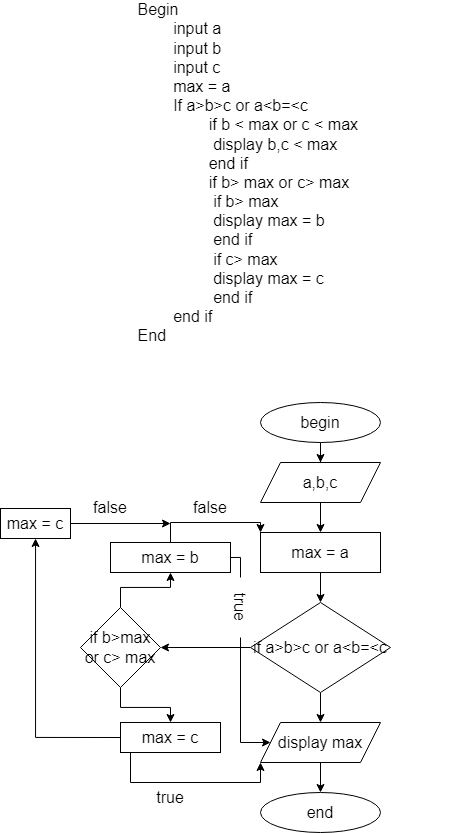
Earlier version of the draw.io export ss3_thuat_toan/bai_tap/ss3_baitap_2.drawio.png (Americanoc11/modul1). Source tidied: cells renumbered, new cells last; positions are measured from the earlier drawing's top-left corner, leaving out a move shared by most shapes.
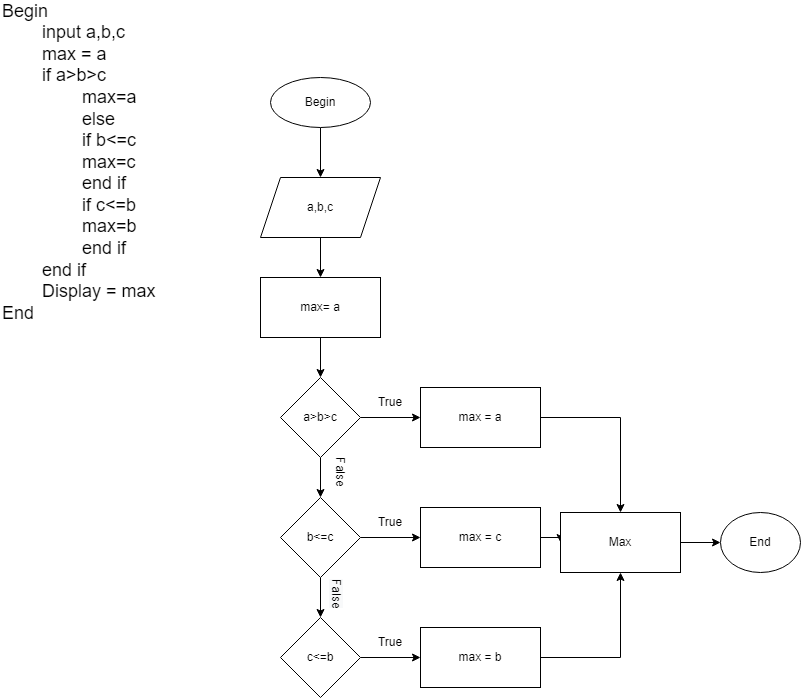
Later version of the same file.

Commit message:
bổ sung bafi2

Diff of the diagram source:
```diff
@@ -2,113 +2,92 @@
   <root>
     <mxCell id="0" />
     <mxCell id="1" parent="0" />
-    <mxCell id="2" value="&lt;font style=&quot;font-size: 16px;&quot;&gt;&lt;span style=&quot;white-space: pre;&quot;&gt;&#9;&lt;/span&gt;Begin&lt;br&gt;&lt;span style=&quot;white-space: pre;&quot;&gt;&#9;&lt;span style=&quot;white-space: pre;&quot;&gt;&#9;&lt;/span&gt;&lt;/span&gt;input a&lt;br&gt;&lt;span style=&quot;white-space: pre;&quot;&gt;&#9;&lt;span style=&quot;white-space: pre;&quot;&gt;&#9;&lt;/span&gt;&lt;/span&gt;input b&lt;br&gt;&lt;span style=&quot;white-space: pre;&quot;&gt;&#9;&lt;span style=&quot;white-space: pre;&quot;&gt;&#9;&lt;/span&gt;&lt;/span&gt;input c&lt;br&gt;&lt;span style=&quot;white-space: pre;&quot;&gt;&#9;&lt;span style=&quot;white-space: pre;&quot;&gt;&#9;&lt;/span&gt;&lt;/span&gt;max = a&lt;br&gt;&lt;span style=&quot;white-space: pre;&quot;&gt;&#9;&lt;span style=&quot;white-space: pre;&quot;&gt;&#9;&lt;/span&gt;&lt;/span&gt;If a&amp;gt;b&amp;gt;c or a&amp;lt;b=&amp;lt;c&lt;br&gt;&lt;span style=&quot;white-space: pre;&quot;&gt;&#9;&lt;span style=&quot;white-space: pre;&quot;&gt;&#9;&lt;span style=&quot;white-space: pre;&quot;&gt;&#9;&lt;/span&gt;&lt;/span&gt;&lt;/span&gt;if b &amp;lt; max or c &amp;lt; max&lt;br&gt;&lt;span style=&quot;white-space: pre;&quot;&gt;&#9;&lt;span style=&quot;white-space: pre;&quot;&gt;&#9;&lt;span style=&quot;white-space: pre;&quot;&gt;&#9;&lt;/span&gt;&lt;/span&gt;&lt;/span&gt;&amp;nbsp;display b,c &amp;lt; max&lt;br&gt;&lt;span style=&quot;white-space: pre;&quot;&gt;&#9;&lt;/span&gt;&lt;span style=&quot;white-space: pre;&quot;&gt;&#9;&lt;/span&gt;&lt;span style=&quot;white-space: pre;&quot;&gt;&#9;&lt;/span&gt;end if&lt;br&gt;&lt;span style=&quot;white-space: pre;&quot;&gt;&#9;&lt;/span&gt;&lt;span style=&quot;white-space: pre;&quot;&gt;&#9;&lt;/span&gt;&lt;span style=&quot;white-space: pre;&quot;&gt;&#9;&lt;/span&gt;if b&amp;gt; max or c&amp;gt; max&lt;br&gt;&lt;span style=&quot;white-space: pre;&quot;&gt;&#9;&lt;/span&gt;&lt;span style=&quot;white-space: pre;&quot;&gt;&#9;&lt;/span&gt;&lt;span style=&quot;white-space: pre;&quot;&gt;&#9;&lt;/span&gt;&amp;nbsp;if b&amp;gt; max&lt;br&gt;&lt;span style=&quot;white-space: pre;&quot;&gt;&#9;&lt;/span&gt;&lt;span style=&quot;white-space: pre;&quot;&gt;&#9;&lt;/span&gt;&lt;span style=&quot;white-space: pre;&quot;&gt;&#9;&lt;/span&gt;&amp;nbsp;display max = b&lt;br&gt;&lt;span style=&quot;white-space: pre;&quot;&gt;&#9;&lt;/span&gt;&lt;span style=&quot;white-space: pre;&quot;&gt;&#9;&lt;/span&gt;&lt;span style=&quot;white-space: pre;&quot;&gt;&#9;&lt;/span&gt;&amp;nbsp;end if&lt;br&gt;&lt;span style=&quot;white-space: pre;&quot;&gt;&#9;&lt;/span&gt;&lt;span style=&quot;white-space: pre;&quot;&gt;&#9;&lt;/span&gt;&lt;span style=&quot;white-space: pre;&quot;&gt;&#9;&lt;/span&gt;&amp;nbsp;if c&amp;gt; max&lt;br&gt;&lt;span style=&quot;white-space: pre;&quot;&gt;&#9;&lt;/span&gt;&lt;span style=&quot;white-space: pre;&quot;&gt;&#9;&lt;/span&gt;&lt;span style=&quot;white-space: pre;&quot;&gt;&#9;&lt;/span&gt;&amp;nbsp;display max = c&lt;br&gt;&lt;span style=&quot;white-space: pre;&quot;&gt;&#9;&lt;/span&gt;&lt;span style=&quot;white-space: pre;&quot;&gt;&#9;&lt;/span&gt;&lt;span style=&quot;white-space: pre;&quot;&gt;&#9;&lt;/span&gt;&amp;nbsp;end if&lt;span style=&quot;white-space: pre;&quot;&gt;&#9;&lt;/span&gt;&lt;br&gt;&lt;span style=&quot;white-space: pre;&quot;&gt;&#9;&lt;/span&gt;&lt;span style=&quot;white-space: pre;&quot;&gt;&#9;&lt;/span&gt;end if&lt;br&gt;&lt;span style=&quot;white-space: pre;&quot;&gt;&#9;&lt;/span&gt;End&lt;br&gt;&lt;span style=&quot;white-space: pre;&quot;&gt;&#9;&lt;/span&gt;&lt;span style=&quot;white-space: pre;&quot;&gt;&#9;&lt;/span&gt;&lt;br&gt;&lt;/font&gt;" style="text;html=1;strokeColor=none;fillColor=none;align=left;verticalAlign=middle;whiteSpace=wrap;rounded=0;" parent="1" vertex="1">
-      <mxGeometry x="100" width="350" height="120" as="geometry" />
-    </mxCell>
-    <mxCell id="3" style="edgeStyle=orthogonalEdgeStyle;rounded=0;jettySize=auto;html=1;fontSize=16;" parent="1" edge="1" source="4" target="6">
-      <mxGeometry relative="1" as="geometry" />
-    </mxCell>
-    <mxCell id="4" value="begin" style="ellipse;whiteSpace=wrap;html=1;fontSize=16;" parent="1" vertex="1">
-      <mxGeometry x="260" y="280" width="120" height="40" as="geometry" />
-    </mxCell>
-    <mxCell id="5" style="edgeStyle=orthogonalEdgeStyle;rounded=0;jettySize=auto;html=1;fontSize=16;" parent="1" edge="1" source="6" target="8">
-      <mxGeometry relative="1" as="geometry" />
-    </mxCell>
+    <mxCell id="31" style="edgeStyle=orthogonalEdgeStyle;rounded=0;jettySize=auto;html=1;" parent="1" edge="1" source="32" target="6">
+      <mxGeometry relative="1" as="geometry" />
+    </mxCell>
+    <mxCell id="32" value="Begin" style="ellipse;whiteSpace=wrap;html=1;" parent="1" vertex="1">
+      <mxGeometry x="430" y="1090" width="100" height="50" as="geometry" />
+    </mxCell>
+    <mxCell id="33" style="edgeStyle=orthogonalEdgeStyle;rounded=0;jettySize=auto;html=1;" parent="1" edge="1" source="6" target="35">
+      <mxGeometry relative="1" as="geometry" />
+    </mxCell>
-    <mxCell id="6" value="a,b,c" style="shape=parallelogram;perimeter=parallelogramPerimeter;whiteSpace=wrap;html=1;fixedSize=1;fontSize=16;" parent="1" vertex="1">
-      <mxGeometry x="260" y="340" width="120" height="40" as="geometry" />
+    <mxCell id="6" value="a,b,c" style="shape=parallelogram;perimeter=parallelogramPerimeter;whiteSpace=wrap;html=1;fixedSize=1;" parent="1" vertex="1">
+      <mxGeometry x="420" y="1190" width="120" height="60" as="geometry" />
     </mxCell>
-    <mxCell id="7" style="edgeStyle=orthogonalEdgeStyle;rounded=0;jettySize=auto;html=1;fontSize=16;" parent="1" edge="1" source="8" target="11">
-      <mxGeometry relative="1" as="geometry" />
-    </mxCell>
+    <mxCell id="34" style="edgeStyle=orthogonalEdgeStyle;rounded=0;jettySize=auto;html=1;" parent="1" edge="1" source="35" target="38">
+      <mxGeometry relative="1" as="geometry" />
+    </mxCell>
+    <mxCell id="35" value="max= a" style="whiteSpace=wrap;html=1;" parent="1" vertex="1">
+      <mxGeometry x="420" y="1290" width="120" height="60" as="geometry" />
+    </mxCell>
+    <mxCell id="36" style="edgeStyle=orthogonalEdgeStyle;rounded=0;jettySize=auto;html=1;" parent="1" edge="1" source="38" target="8">
+      <mxGeometry relative="1" as="geometry" />
+    </mxCell>
+    <mxCell id="37" style="edgeStyle=orthogonalEdgeStyle;rounded=0;jettySize=auto;html=1;exitX=0.5;exitY=1;exitDx=0;exitDy=0;entryX=0.5;entryY=0;entryDx=0;entryDy=0;" parent="1" edge="1" source="38" target="41">
+      <mxGeometry relative="1" as="geometry" />
+    </mxCell>
+    <mxCell id="38" value="a&amp;gt;b&amp;gt;c" style="rhombus;whiteSpace=wrap;html=1;" parent="1" vertex="1">
+      <mxGeometry x="440" y="1390" width="80" height="80" as="geometry" />
+    </mxCell>
+    <mxCell id="39" style="edgeStyle=orthogonalEdgeStyle;rounded=0;jettySize=auto;html=1;" parent="1" edge="1" source="41" target="43">
+      <mxGeometry relative="1" as="geometry" />
+    </mxCell>
+    <mxCell id="40" style="edgeStyle=orthogonalEdgeStyle;rounded=0;jettySize=auto;html=1;" parent="1" edge="1" source="41" target="46">
+      <mxGeometry relative="1" as="geometry" />
+    </mxCell>
+    <mxCell id="41" value="b&amp;lt;=c" style="rhombus;whiteSpace=wrap;html=1;" parent="1" vertex="1">
+      <mxGeometry x="440" y="1510" width="80" height="80" as="geometry" />
+    </mxCell>
+    <mxCell id="42" style="edgeStyle=orthogonalEdgeStyle;rounded=0;jettySize=auto;html=1;" parent="1" edge="1" source="43" target="17">
+      <mxGeometry relative="1" as="geometry" />
+    </mxCell>
+    <mxCell id="43" value="c&amp;lt;=b" style="rhombus;whiteSpace=wrap;html=1;" parent="1" vertex="1">
+      <mxGeometry x="440" y="1630" width="80" height="80" as="geometry" />
+    </mxCell>
+    <mxCell id="44" style="edgeStyle=orthogonalEdgeStyle;rounded=0;jettySize=auto;html=1;exitX=1;exitY=0.5;exitDx=0;exitDy=0;entryX=0.5;entryY=0;entryDx=0;entryDy=0;" parent="1" edge="1" source="8" target="54">
+      <mxGeometry relative="1" as="geometry" />
+    </mxCell>
-    <mxCell id="8" value="max = a" style="whiteSpace=wrap;html=1;fontSize=16;" parent="1" vertex="1">
-      <mxGeometry x="260" y="410" width="120" height="40" as="geometry" />
+    <mxCell id="8" value="max = a" style="whiteSpace=wrap;html=1;" parent="1" vertex="1">
+      <mxGeometry x="580" y="1400" width="120" height="60" as="geometry" />
     </mxCell>
-    <mxCell id="9" style="edgeStyle=orthogonalEdgeStyle;rounded=0;jettySize=auto;html=1;fontSize=16;" parent="1" edge="1" source="11" target="14">
-      <mxGeometry relative="1" as="geometry" />
-    </mxCell>
-    <mxCell id="10" style="edgeStyle=orthogonalEdgeStyle;rounded=0;jettySize=auto;html=1;fontSize=16;" parent="1" edge="1" source="11" target="26">
-      <mxGeometry relative="1" as="geometry" />
-    </mxCell>
-    <mxCell id="11" value="if a&amp;gt;b&amp;gt;c or a&amp;lt;b=&amp;lt;c" style="rhombus;whiteSpace=wrap;html=1;fontSize=16;" parent="1" vertex="1">
-      <mxGeometry x="250" y="480" width="140" height="90" as="geometry" />
-    </mxCell>
-    <mxCell id="12" style="edgeStyle=orthogonalEdgeStyle;rounded=0;jettySize=auto;html=1;fontSize=16;" parent="1" edge="1" source="14" target="17">
-      <mxGeometry relative="1" as="geometry" />
-    </mxCell>
-    <mxCell id="13" style="edgeStyle=orthogonalEdgeStyle;rounded=0;jettySize=auto;html=1;fontSize=16;" parent="1" edge="1" source="14" target="20">
-      <mxGeometry relative="1" as="geometry" />
-    </mxCell>
-    <mxCell id="14" value="if b&amp;gt;max or c&amp;gt; max" style="rhombus;whiteSpace=wrap;html=1;fontSize=16;" parent="1" vertex="1">
-      <mxGeometry x="80" y="485" width="80" height="80" as="geometry" />
-    </mxCell>
-    <mxCell id="15" style="edgeStyle=orthogonalEdgeStyle;rounded=0;jettySize=auto;html=1;fontSize=16;entryX=0;entryY=0;entryDx=0;entryDy=0;" parent="1" edge="1" source="17" target="8">
-      <mxGeometry relative="1" as="geometry">
-        <Array as="points">
-          <mxPoint x="170" y="400" />
-          <mxPoint x="260" y="400" />
-        </Array>
-      </mxGeometry>
-    </mxCell>
-    <mxCell id="16" style="edgeStyle=orthogonalEdgeStyle;rounded=0;jettySize=auto;html=1;exitX=1;exitY=0.5;exitDx=0;exitDy=0;fontSize=16;startArrow=none;" parent="1" edge="1" source="28" target="26">
-      <mxGeometry relative="1" as="geometry">
-        <Array as="points">
-          <mxPoint x="240" y="620" />
-        </Array>
-      </mxGeometry>
-    </mxCell>
+    <mxCell id="45" style="edgeStyle=orthogonalEdgeStyle;rounded=0;jettySize=auto;html=1;exitX=1;exitY=0.5;exitDx=0;exitDy=0;" parent="1" edge="1" source="46" target="54">
+      <mxGeometry relative="1" as="geometry" />
+    </mxCell>
+    <mxCell id="46" value="max = c" style="whiteSpace=wrap;html=1;" parent="1" vertex="1">
+      <mxGeometry x="580" y="1520" width="120" height="60" as="geometry" />
+    </mxCell>
+    <mxCell id="47" style="edgeStyle=orthogonalEdgeStyle;rounded=0;jettySize=auto;html=1;exitX=1;exitY=0.5;exitDx=0;exitDy=0;entryX=0.5;entryY=1;entryDx=0;entryDy=0;" parent="1" edge="1" source="17" target="54">
+      <mxGeometry relative="1" as="geometry" />
+    </mxCell>
-    <mxCell id="17" value="max = b" style="whiteSpace=wrap;html=1;fontSize=16;" parent="1" vertex="1">
-      <mxGeometry x="110" y="420" width="120" height="30" as="geometry" />
+    <mxCell id="17" value="max = b" style="whiteSpace=wrap;html=1;" parent="1" vertex="1">
+      <mxGeometry x="580" y="1640" width="120" height="60" as="geometry" />
     </mxCell>
-    <mxCell id="18" style="edgeStyle=orthogonalEdgeStyle;rounded=0;jettySize=auto;html=1;exitX=0;exitY=0.5;exitDx=0;exitDy=0;fontSize=16;" parent="1" edge="1" source="20" target="22">
-      <mxGeometry relative="1" as="geometry" />
-    </mxCell>
-    <mxCell id="19" style="edgeStyle=orthogonalEdgeStyle;rounded=0;jettySize=auto;html=1;exitX=0.5;exitY=1;exitDx=0;exitDy=0;entryX=0;entryY=1;entryDx=0;entryDy=0;fontSize=16;" parent="1" edge="1" source="20" target="26">
-      <mxGeometry relative="1" as="geometry">
-        <Array as="points">
-          <mxPoint x="130" y="630" />
-          <mxPoint x="130" y="660" />
-          <mxPoint x="260" y="660" />
-        </Array>
-      </mxGeometry>
-    </mxCell>
-    <mxCell id="20" value="max = c" style="whiteSpace=wrap;html=1;fontSize=16;" parent="1" vertex="1">
-      <mxGeometry x="120" y="600" width="100" height="30" as="geometry" />
-    </mxCell>
-    <mxCell id="21" style="edgeStyle=orthogonalEdgeStyle;rounded=0;jettySize=auto;html=1;fontSize=16;" parent="1" edge="1" source="22">
-      <mxGeometry relative="1" as="geometry">
-        <mxPoint x="170" y="401" as="targetPoint" />
-      </mxGeometry>
-    </mxCell>
-    <mxCell id="22" value="max = c" style="whiteSpace=wrap;html=1;fontSize=16;" parent="1" vertex="1">
-      <mxGeometry y="386" width="70" height="30" as="geometry" />
-    </mxCell>
-    <mxCell id="23" value="false" style="text;html=1;strokeColor=none;fillColor=none;align=center;verticalAlign=middle;whiteSpace=wrap;rounded=0;fontSize=16;" parent="1" vertex="1">
-      <mxGeometry x="80" y="370" width="60" height="30" as="geometry" />
-    </mxCell>
-    <mxCell id="24" value="false" style="text;html=1;strokeColor=none;fillColor=none;align=center;verticalAlign=middle;whiteSpace=wrap;rounded=0;fontSize=16;" parent="1" vertex="1">
-      <mxGeometry x="180" y="370" width="60" height="30" as="geometry" />
-    </mxCell>
-    <mxCell id="25" style="edgeStyle=orthogonalEdgeStyle;rounded=0;jettySize=auto;html=1;fontSize=16;" parent="1" edge="1" source="26" target="27">
-      <mxGeometry relative="1" as="geometry" />
-    </mxCell>
-    <mxCell id="26" value="display max" style="shape=parallelogram;perimeter=parallelogramPerimeter;whiteSpace=wrap;html=1;fixedSize=1;fontSize=16;" parent="1" vertex="1">
-      <mxGeometry x="260" y="600" width="120" height="40" as="geometry" />
-    </mxCell>
-    <mxCell id="27" value="end" style="ellipse;whiteSpace=wrap;html=1;fontSize=16;" parent="1" vertex="1">
-      <mxGeometry x="260" y="670" width="120" height="40" as="geometry" />
-    </mxCell>
-    <mxCell id="28" value="true" style="text;html=1;strokeColor=none;fillColor=none;align=center;verticalAlign=middle;whiteSpace=wrap;rounded=0;fontSize=16;rotation=90;" parent="1" vertex="1">
-      <mxGeometry x="210" y="470" width="60" height="30" as="geometry" />
-    </mxCell>
-    <mxCell id="29" style="edgeStyle=orthogonalEdgeStyle;rounded=0;jettySize=auto;html=1;exitX=1;exitY=0.5;exitDx=0;exitDy=0;fontSize=16;endArrow=none;" parent="1" edge="1" source="17" target="28">
-      <mxGeometry relative="1" as="geometry">
-        <Array as="points">
-          <mxPoint x="240" y="435" />
-        </Array>
-      </mxGeometry>
-    </mxCell>
-    <mxCell id="30" value="true&lt;br&gt;" style="text;html=1;strokeColor=none;fillColor=none;align=center;verticalAlign=middle;whiteSpace=wrap;rounded=0;fontSize=16;" parent="1" vertex="1">
-      <mxGeometry x="140" y="660" width="60" height="30" as="geometry" />
-    </mxCell>
+    <mxCell id="48" value="True" style="text;html=1;strokeColor=none;fillColor=none;align=center;verticalAlign=middle;whiteSpace=wrap;rounded=0;" parent="1" vertex="1">
+      <mxGeometry x="520" y="1400" width="60" height="30" as="geometry" />
+    </mxCell>
+    <mxCell id="49" value="True" style="text;html=1;strokeColor=none;fillColor=none;align=center;verticalAlign=middle;whiteSpace=wrap;rounded=0;" parent="1" vertex="1">
+      <mxGeometry x="520" y="1520" width="60" height="30" as="geometry" />
+    </mxCell>
+    <mxCell id="50" value="True" style="text;html=1;strokeColor=none;fillColor=none;align=center;verticalAlign=middle;whiteSpace=wrap;rounded=0;" parent="1" vertex="1">
+      <mxGeometry x="520" y="1640" width="60" height="30" as="geometry" />
+    </mxCell>
+    <mxCell id="51" value="False" style="text;html=1;strokeColor=none;fillColor=none;align=center;verticalAlign=middle;whiteSpace=wrap;rounded=0;rotation=90;" parent="1" vertex="1">
+      <mxGeometry x="470" y="1470" width="60" height="30" as="geometry" />
+    </mxCell>
+    <mxCell id="52" value="&lt;span style=&quot;color: rgb(0, 0, 0); font-family: Helvetica; font-size: 12px; font-style: normal; font-variant-ligatures: normal; font-variant-caps: normal; font-weight: 400; letter-spacing: normal; orphans: 2; text-align: center; text-indent: 0px; text-transform: none; widows: 2; word-spacing: 0px; -webkit-text-stroke-width: 0px; background-color: rgb(248, 249, 250); text-decoration-thickness: initial; text-decoration-style: initial; text-decoration-color: initial; float: none; display: inline !important;&quot;&gt;False&lt;/span&gt;" style="text;whiteSpace=wrap;html=1;rotation=90;" parent="1" vertex="1">
+      <mxGeometry x="460" y="1600" width="60" height="40" as="geometry" />
+    </mxCell>
+    <mxCell id="53" style="edgeStyle=orthogonalEdgeStyle;rounded=0;jettySize=auto;html=1;" parent="1" edge="1" source="54" target="55">
+      <mxGeometry relative="1" as="geometry" />
+    </mxCell>
+    <mxCell id="54" value="Max" style="rounded=0;whiteSpace=wrap;html=1;" parent="1" vertex="1">
+      <mxGeometry x="720" y="1525" width="120" height="60" as="geometry" />
+    </mxCell>
+    <mxCell id="55" value="End" style="ellipse;whiteSpace=wrap;html=1;rounded=0;" parent="1" vertex="1">
+      <mxGeometry x="880" y="1525" width="80" height="60" as="geometry" />
+    </mxCell>
+    <mxCell id="56" value="&lt;font style=&quot;font-size: 18px;&quot;&gt;Begin&lt;br&gt;&lt;span style=&quot;white-space: pre;&quot;&gt;&#9;&lt;/span&gt;input a,b,c&lt;br&gt;&lt;span style=&quot;white-space: pre;&quot;&gt;&#9;&lt;/span&gt;max = a&lt;br&gt;&lt;span style=&quot;white-space: pre;&quot;&gt;&#9;&lt;/span&gt;if a&amp;gt;b&amp;gt;c&lt;br&gt;&lt;span style=&quot;white-space: pre;&quot;&gt;&#9;&lt;span style=&quot;white-space: pre;&quot;&gt;&#9;&lt;/span&gt;&lt;/span&gt;max=a&lt;br&gt;&lt;span style=&quot;white-space: pre;&quot;&gt;&#9;&lt;span style=&quot;white-space: pre;&quot;&gt;&#9;&lt;/span&gt;&lt;/span&gt;else&lt;br&gt;&lt;span style=&quot;white-space: pre;&quot;&gt;&#9;&lt;span style=&quot;white-space: pre;&quot;&gt;&#9;&lt;/span&gt;&lt;/span&gt;if b&amp;lt;=c&lt;br&gt;&lt;span style=&quot;white-space: pre;&quot;&gt;&#9;&lt;span style=&quot;white-space: pre;&quot;&gt;&#9;&lt;/span&gt;&lt;/span&gt;max=c&lt;br&gt;&lt;span style=&quot;white-space: pre;&quot;&gt;&#9;&lt;span style=&quot;white-space: pre;&quot;&gt;&#9;&lt;/span&gt;&lt;/span&gt;end if&lt;br&gt;&lt;span style=&quot;white-space: pre;&quot;&gt;&#9;&lt;span style=&quot;white-space: pre;&quot;&gt;&#9;&lt;/span&gt;&lt;/span&gt;if c&amp;lt;=b&lt;br&gt;&lt;span style=&quot;white-space: pre;&quot;&gt;&#9;&lt;span style=&quot;white-space: pre;&quot;&gt;&#9;&lt;/span&gt;&lt;/span&gt;max=b&lt;br&gt;&lt;span style=&quot;white-space: pre;&quot;&gt;&#9;&lt;span style=&quot;white-space: pre;&quot;&gt;&#9;&lt;/span&gt;&lt;/span&gt;end if&lt;br&gt;&lt;span style=&quot;white-space: pre;&quot;&gt;&#9;&lt;/span&gt;end if&lt;br&gt;&lt;span style=&quot;white-space: pre;&quot;&gt;&#9;&lt;/span&gt;Display = max&lt;br&gt;End&lt;/font&gt;" style="text;html=1;strokeColor=none;fillColor=none;align=left;verticalAlign=middle;whiteSpace=wrap;rounded=0;" parent="1" vertex="1">
+      <mxGeometry x="160" y="1150" width="410" height="50" as="geometry" />
+    </mxCell>
   </root>
 </mxGraphModel>
```
